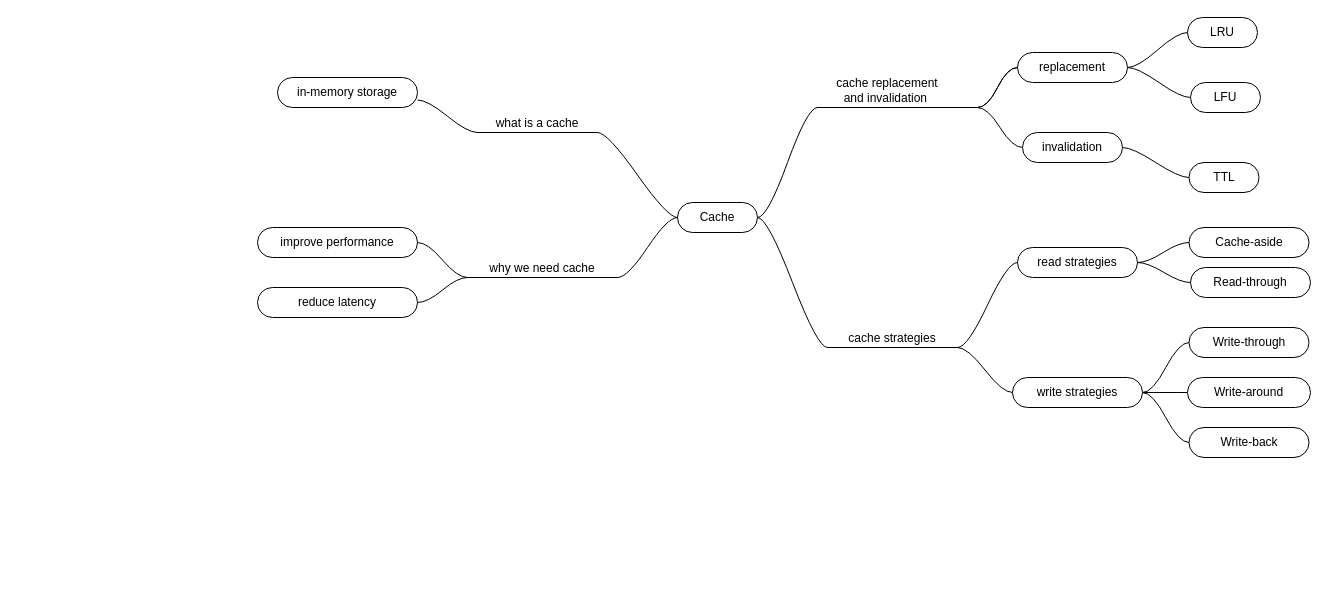
Above: Caching Concepts.drawio in sameermeher/mindmaps (draw.io), before the change. Source tidied: cells renumbered, new cells numbered last; positions are measured from the earlier drawing's top-left corner, leaving out a move shared by most shapes. Both pictures are drawn from the tidied source at 100%, with x=0, y=0 at pixel (257, 17).
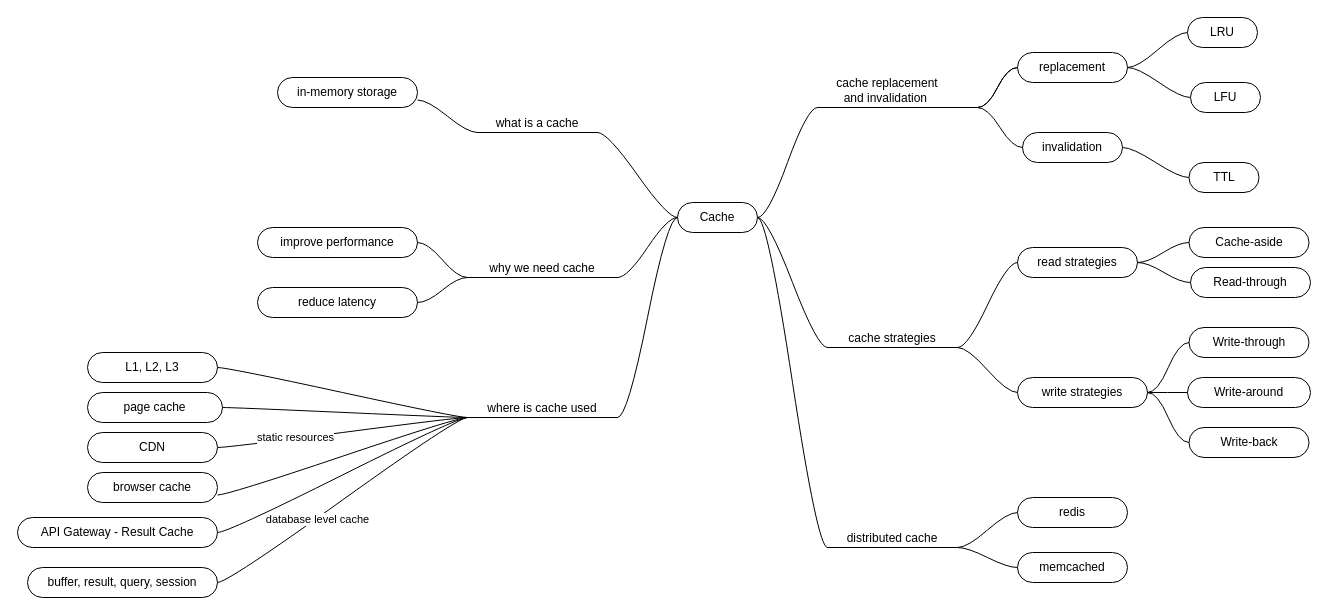
Above is the later version.

Unchanged cells that the change refers to:
```xml
<mxCell id="5" value="Cache" style="whiteSpace=wrap;html=1;rounded=1;arcSize=50;align=center;verticalAlign=middle;strokeWidth=1;spacing=4;newEdgeStyle={&quot;edgeStyle&quot;:&quot;entityRelationEdgeStyle&quot;,&quot;startArrow&quot;:&quot;none&quot;,&quot;endArrow&quot;:&quot;none&quot;,&quot;segment&quot;:10,&quot;curved&quot;:1,&quot;sourcePerimeterSpacing&quot;:0,&quot;targetPerimeterSpacing&quot;:0};" parent="3" vertex="1">
  <mxGeometry x="170" y="65" width="80" height="30" as="geometry" />
</mxCell>
```

Diff of the diagram source:
```diff
@@
     <mxCell id="37" value="write strategies" style="whiteSpace=wrap;html=1;rounded=1;arcSize=50;align=center;verticalAlign=middle;strokeWidth=1;spacing=4;newEdgeStyle={&quot;edgeStyle&quot;:&quot;entityRelationEdgeStyle&quot;,&quot;startArrow&quot;:&quot;none&quot;,&quot;endArrow&quot;:&quot;none&quot;,&quot;segment&quot;:10,&quot;curved&quot;:1,&quot;sourcePerimeterSpacing&quot;:0,&quot;targetPerimeterSpacing&quot;:0};" parent="1" vertex="1">
-      <mxGeometry x="755" y="360" width="130" height="30" as="geometry" />
+      <mxGeometry x="760" y="360" width="130" height="30" as="geometry" />
     </mxCell>
@@
+    <mxCell id="44" style="edgeStyle=entityRelationEdgeStyle;rounded=0;jettySize=auto;html=1;startArrow=none;endArrow=none;segment=10;curved=1;sourcePerimeterSpacing=0;targetPerimeterSpacing=0;entryX=1;entryY=0.5;entryDx=0;entryDy=0;" parent="1" edge="1" source="50" target="56">
+      <mxGeometry relative="1" as="geometry" />
+    </mxCell>
+    <mxCell id="45" value="static resources" style="edgeLabel;html=1;align=center;verticalAlign=middle;" parent="44" vertex="1">
+      <mxGeometry x="0.38" y="-2" relative="1" as="geometry" />
+    </mxCell>
+    <mxCell id="46" style="edgeStyle=entityRelationEdgeStyle;rounded=0;jettySize=auto;html=1;startArrow=none;endArrow=none;segment=10;curved=1;sourcePerimeterSpacing=0;targetPerimeterSpacing=0;entryX=1;entryY=0.75;entryDx=0;entryDy=0;" parent="1" edge="1" source="50" target="57">
+      <mxGeometry relative="1" as="geometry" />
+    </mxCell>
+    <mxCell id="47" style="edgeStyle=entityRelationEdgeStyle;rounded=0;jettySize=auto;html=1;startArrow=none;endArrow=none;segment=10;curved=1;sourcePerimeterSpacing=0;targetPerimeterSpacing=0;" parent="1" edge="1" source="50" target="58">
+      <mxGeometry relative="1" as="geometry" />
+    </mxCell>
+    <mxCell id="48" style="edgeStyle=entityRelationEdgeStyle;rounded=0;jettySize=auto;html=1;startArrow=none;endArrow=none;segment=10;curved=1;sourcePerimeterSpacing=0;targetPerimeterSpacing=0;entryX=1;entryY=0.5;entryDx=0;entryDy=0;" parent="1" edge="1" source="50" target="65">
+      <mxGeometry relative="1" as="geometry" />
+    </mxCell>
+    <mxCell id="49" value="database level cache" style="edgeLabel;html=1;align=center;verticalAlign=middle;" parent="48" vertex="1">
+      <mxGeometry x="0.2" y="1" relative="1" as="geometry">
+        <mxPoint x="-1" as="offset" />
+      </mxGeometry>
+    </mxCell>
+    <mxCell id="50" value="where is cache used" style="whiteSpace=wrap;html=1;shape=partialRectangle;top=0;left=0;bottom=1;right=0;points=[[0,1],[1,1]];fillColor=none;align=center;verticalAlign=bottom;routingCenterY=0.5;snapToPoint=1;newEdgeStyle={&quot;edgeStyle&quot;:&quot;entityRelationEdgeStyle&quot;,&quot;startArrow&quot;:&quot;none&quot;,&quot;endArrow&quot;:&quot;none&quot;,&quot;segment&quot;:10,&quot;curved&quot;:1,&quot;sourcePerimeterSpacing&quot;:0,&quot;targetPerimeterSpacing&quot;:0};" parent="1" vertex="1">
+      <mxGeometry x="210" y="370" width="150" height="30" as="geometry" />
+    </mxCell>
+    <mxCell id="51" value="L1, L2, L3" style="whiteSpace=wrap;html=1;rounded=1;arcSize=50;align=center;verticalAlign=middle;strokeWidth=1;spacing=4;newEdgeStyle={&quot;edgeStyle&quot;:&quot;entityRelationEdgeStyle&quot;,&quot;startArrow&quot;:&quot;none&quot;,&quot;endArrow&quot;:&quot;none&quot;,&quot;segment&quot;:10,&quot;curved&quot;:1,&quot;sourcePerimeterSpacing&quot;:0,&quot;targetPerimeterSpacing&quot;:0};" parent="1" vertex="1">
+      <mxGeometry x="-170" y="335" width="130" height="30" as="geometry" />
+    </mxCell>
+    <mxCell id="52" value="page cache" style="whiteSpace=wrap;html=1;rounded=1;arcSize=50;align=center;verticalAlign=middle;strokeWidth=1;spacing=4;newEdgeStyle={&quot;edgeStyle&quot;:&quot;entityRelationEdgeStyle&quot;,&quot;startArrow&quot;:&quot;none&quot;,&quot;endArrow&quot;:&quot;none&quot;,&quot;segment&quot;:10,&quot;curved&quot;:1,&quot;sourcePerimeterSpacing&quot;:0,&quot;targetPerimeterSpacing&quot;:0};" parent="1" vertex="1">
+      <mxGeometry x="-170" y="375" width="135" height="30" as="geometry" />
+    </mxCell>
+    <mxCell id="53" style="edgeStyle=entityRelationEdgeStyle;rounded=0;jettySize=auto;html=1;startArrow=none;endArrow=none;segment=10;curved=1;sourcePerimeterSpacing=0;targetPerimeterSpacing=0;entryX=1;entryY=0.5;entryDx=0;entryDy=0;" parent="1" edge="1" source="50" target="52">
+      <mxGeometry relative="1" as="geometry" />
+    </mxCell>
+    <mxCell id="54" style="edgeStyle=entityRelationEdgeStyle;rounded=0;jettySize=auto;html=1;startArrow=none;endArrow=none;segment=10;curved=1;sourcePerimeterSpacing=0;targetPerimeterSpacing=0;" parent="1" edge="1" source="50" target="51">
+      <mxGeometry relative="1" as="geometry" />
+    </mxCell>
+    <mxCell id="55" style="edgeStyle=entityRelationEdgeStyle;rounded=0;jettySize=auto;html=1;startArrow=none;endArrow=none;segment=10;curved=1;sourcePerimeterSpacing=0;targetPerimeterSpacing=0;entryX=1;entryY=1;entryDx=0;entryDy=0;" parent="1" edge="1" source="5" target="50">
+      <mxGeometry relative="1" as="geometry" />
+    </mxCell>
+    <mxCell id="56" value="CDN" style="whiteSpace=wrap;html=1;rounded=1;arcSize=50;align=center;verticalAlign=middle;strokeWidth=1;spacing=4;newEdgeStyle={&quot;edgeStyle&quot;:&quot;entityRelationEdgeStyle&quot;,&quot;startArrow&quot;:&quot;none&quot;,&quot;endArrow&quot;:&quot;none&quot;,&quot;segment&quot;:10,&quot;curved&quot;:1,&quot;sourcePerimeterSpacing&quot;:0,&quot;targetPerimeterSpacing&quot;:0};" parent="1" vertex="1">
+      <mxGeometry x="-170" y="415" width="130" height="30" as="geometry" />
+    </mxCell>
+    <mxCell id="57" value="browser cache" style="whiteSpace=wrap;html=1;rounded=1;arcSize=50;align=center;verticalAlign=middle;strokeWidth=1;spacing=4;newEdgeStyle={&quot;edgeStyle&quot;:&quot;entityRelationEdgeStyle&quot;,&quot;startArrow&quot;:&quot;none&quot;,&quot;endArrow&quot;:&quot;none&quot;,&quot;segment&quot;:10,&quot;curved&quot;:1,&quot;sourcePerimeterSpacing&quot;:0,&quot;targetPerimeterSpacing&quot;:0};" parent="1" vertex="1">
+      <mxGeometry x="-170" y="455" width="130" height="30" as="geometry" />
+    </mxCell>
+    <mxCell id="58" value="API Gateway - Result Cache" style="whiteSpace=wrap;html=1;rounded=1;arcSize=50;align=center;verticalAlign=middle;strokeWidth=1;spacing=4;newEdgeStyle={&quot;edgeStyle&quot;:&quot;entityRelationEdgeStyle&quot;,&quot;startArrow&quot;:&quot;none&quot;,&quot;endArrow&quot;:&quot;none&quot;,&quot;segment&quot;:10,&quot;curved&quot;:1,&quot;sourcePerimeterSpacing&quot;:0,&quot;targetPerimeterSpacing&quot;:0};" parent="1" vertex="1">
+      <mxGeometry x="-240" y="500" width="200" height="30" as="geometry" />
+    </mxCell>
+    <mxCell id="59" style="edgeStyle=entityRelationEdgeStyle;rounded=0;jettySize=auto;html=1;startArrow=none;endArrow=none;segment=10;curved=1;sourcePerimeterSpacing=0;targetPerimeterSpacing=0;entryX=0;entryY=0.5;entryDx=0;entryDy=0;" parent="1" edge="1" source="61" target="62">
+      <mxGeometry relative="1" as="geometry" />
+    </mxCell>
+    <mxCell id="60" style="edgeStyle=entityRelationEdgeStyle;rounded=0;jettySize=auto;html=1;startArrow=none;endArrow=none;segment=10;curved=1;sourcePerimeterSpacing=0;targetPerimeterSpacing=0;entryX=0;entryY=0.5;entryDx=0;entryDy=0;" parent="1" edge="1" source="61" target="63">
+      <mxGeometry relative="1" as="geometry" />
+    </mxCell>
+    <mxCell id="61" value="distributed cache" style="whiteSpace=wrap;html=1;shape=partialRectangle;top=0;left=0;bottom=1;right=0;points=[[0,1],[1,1]];fillColor=none;align=center;verticalAlign=bottom;routingCenterY=0.5;snapToPoint=1;newEdgeStyle={&quot;edgeStyle&quot;:&quot;entityRelationEdgeStyle&quot;,&quot;startArrow&quot;:&quot;none&quot;,&quot;endArrow&quot;:&quot;none&quot;,&quot;segment&quot;:10,&quot;curved&quot;:1,&quot;sourcePerimeterSpacing&quot;:0,&quot;targetPerimeterSpacing&quot;:0};" parent="1" vertex="1">
+      <mxGeometry x="570" y="500" width="130" height="30" as="geometry" />
+    </mxCell>
+    <mxCell id="62" value="redis" style="whiteSpace=wrap;html=1;rounded=1;arcSize=50;align=center;verticalAlign=middle;strokeWidth=1;spacing=4;newEdgeStyle={&quot;edgeStyle&quot;:&quot;entityRelationEdgeStyle&quot;,&quot;startArrow&quot;:&quot;none&quot;,&quot;endArrow&quot;:&quot;none&quot;,&quot;segment&quot;:10,&quot;curved&quot;:1,&quot;sourcePerimeterSpacing&quot;:0,&quot;targetPerimeterSpacing&quot;:0};" parent="1" vertex="1">
+      <mxGeometry x="760" y="480" width="110" height="30" as="geometry" />
+    </mxCell>
+    <mxCell id="63" value="memcached" style="whiteSpace=wrap;html=1;rounded=1;arcSize=50;align=center;verticalAlign=middle;strokeWidth=1;spacing=4;newEdgeStyle={&quot;edgeStyle&quot;:&quot;entityRelationEdgeStyle&quot;,&quot;startArrow&quot;:&quot;none&quot;,&quot;endArrow&quot;:&quot;none&quot;,&quot;segment&quot;:10,&quot;curved&quot;:1,&quot;sourcePerimeterSpacing&quot;:0,&quot;targetPerimeterSpacing&quot;:0};" parent="1" vertex="1">
+      <mxGeometry x="760" y="535" width="110" height="30" as="geometry" />
+    </mxCell>
+    <mxCell id="64" style="edgeStyle=entityRelationEdgeStyle;rounded=0;jettySize=auto;html=1;startArrow=none;endArrow=none;segment=10;curved=1;sourcePerimeterSpacing=0;targetPerimeterSpacing=0;entryX=0;entryY=1;entryDx=0;entryDy=0;" parent="1" edge="1" source="5" target="61">
+      <mxGeometry relative="1" as="geometry" />
+    </mxCell>
+    <mxCell id="65" value="buffer, result, query, session" style="whiteSpace=wrap;html=1;rounded=1;arcSize=50;align=center;verticalAlign=middle;strokeWidth=1;spacing=4;newEdgeStyle={&quot;edgeStyle&quot;:&quot;entityRelationEdgeStyle&quot;,&quot;startArrow&quot;:&quot;none&quot;,&quot;endArrow&quot;:&quot;none&quot;,&quot;segment&quot;:10,&quot;curved&quot;:1,&quot;sourcePerimeterSpacing&quot;:0,&quot;targetPerimeterSpacing&quot;:0};" parent="1" vertex="1">
+      <mxGeometry x="-230" y="550" width="190" height="30" as="geometry" />
+    </mxCell>
```
